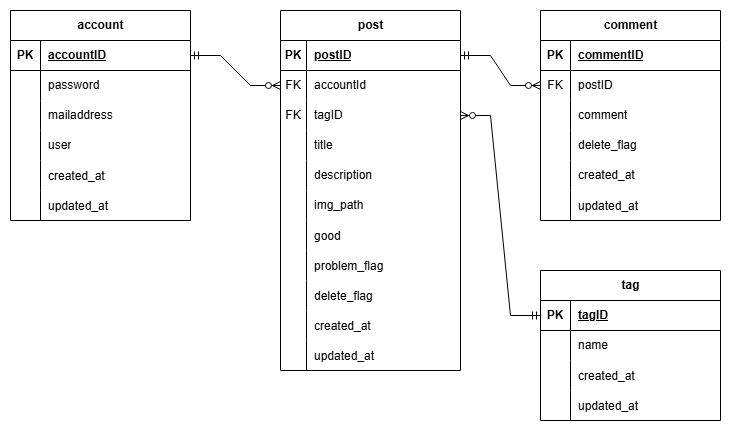
Before: public/img/ideus/ER.png, a diagram exported from draw.io (Nayuta9382/portfolio). Source tidied: cells renumbered, new cells last; positions are measured from the earlier drawing's top-left corner, leaving out a move shared by most shapes.
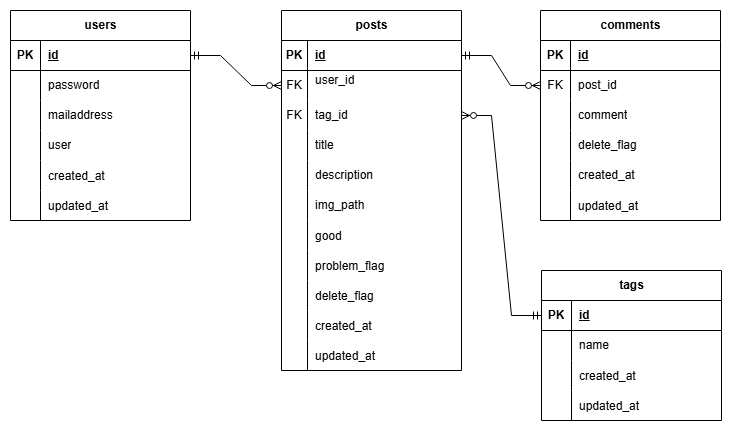
After the change.

The edit, as a diff of the source:
```diff
@@ -2,7 +2,7 @@
   <root>
     <mxCell id="0" />
     <mxCell id="1" parent="0" />
-    <mxCell id="2" value="account" style="shape=table;startSize=30;rowLines=0;fontStyle=1;align=center;html=1;" parent="1" vertex="1">
+    <mxCell id="2" value="users" style="shape=table;startSize=30;rowLines=0;fontStyle=1;align=center;html=1;" parent="1" vertex="1">
       <mxGeometry width="180" height="210" as="geometry" />
     </mxCell>
     <mxCell id="3" style="shape=tableRow;horizontal=0;startSize=0;swimlaneHead=0;swimlaneBody=0;fillColor=none;points=[[0,0.5],[1,0.5]];portConstraint=eastwest;top=0;left=0;right=0;bottom=1;" parent="2" vertex="1">
@@ -11,7 +11,7 @@
     <mxCell id="4" value="PK" style="shape=partialRectangle;fillColor=none;top=0;left=0;bottom=0;right=0;fontStyle=1;overflow=hidden;whiteSpace=wrap;html=1;" parent="3" vertex="1">
       <mxGeometry width="30" height="30" as="geometry" />
     </mxCell>
-    <mxCell id="5" value="accountID" style="shape=partialRectangle;fillColor=none;top=0;left=0;bottom=0;right=0;align=left;spacingLeft=6;fontStyle=5;overflow=hidden;whiteSpace=wrap;html=1;" parent="3" vertex="1">
+    <mxCell id="5" value="id" style="shape=partialRectangle;fillColor=none;top=0;left=0;bottom=0;right=0;align=left;spacingLeft=6;fontStyle=5;overflow=hidden;whiteSpace=wrap;html=1;" parent="3" vertex="1">
       <mxGeometry x="30" width="150" height="30" as="geometry" />
     </mxCell>
     <mxCell id="6" style="shape=tableRow;horizontal=0;startSize=0;swimlaneHead=0;swimlaneBody=0;fillColor=none;top=0;left=0;right=0;bottom=0;" parent="2" vertex="1">
@@ -59,8 +59,8 @@
     <mxCell id="20" value="updated_at" style="shape=partialRectangle;fillColor=none;top=0;left=0;bottom=0;right=0;align=left;spacingLeft=6;overflow=hidden;" parent="18" vertex="1">
       <mxGeometry x="30" width="150" height="30" as="geometry" />
     </mxCell>
-    <mxCell id="21" value="post" style="shape=table;startSize=30;rowLines=0;fontStyle=1;align=center;html=1;" parent="1" vertex="1">
-      <mxGeometry x="270" width="180" height="360" as="geometry" />
+    <mxCell id="21" value="posts" style="shape=table;startSize=30;rowLines=0;fontStyle=1;align=center;html=1;" parent="1" vertex="1">
+      <mxGeometry x="271" width="180" height="360" as="geometry" />
     </mxCell>
     <mxCell id="22" style="shape=tableRow;horizontal=0;startSize=0;swimlaneHead=0;swimlaneBody=0;fillColor=none;points=[[0,0.5],[1,0.5]];portConstraint=eastwest;top=0;left=0;right=0;bottom=1;" parent="21" vertex="1">
       <mxGeometry y="30" width="180" height="30" as="geometry" />
@@ -68,7 +68,7 @@
     <mxCell id="23" value="PK" style="shape=partialRectangle;fillColor=none;top=0;left=0;bottom=0;right=0;fontStyle=1;overflow=hidden;whiteSpace=wrap;html=1;" parent="22" vertex="1">
       <mxGeometry width="26" height="30" as="geometry" />
     </mxCell>
-    <mxCell id="24" value="postID" style="shape=partialRectangle;fillColor=none;top=0;left=0;bottom=0;right=0;align=left;spacingLeft=6;fontStyle=5;overflow=hidden;whiteSpace=wrap;html=1;" parent="22" vertex="1">
+    <mxCell id="24" value="id" style="shape=partialRectangle;fillColor=none;top=0;left=0;bottom=0;right=0;align=left;spacingLeft=6;fontStyle=5;overflow=hidden;whiteSpace=wrap;html=1;" parent="22" vertex="1">
       <mxGeometry x="26" width="154" height="30" as="geometry" />
     </mxCell>
     <mxCell id="25" style="shape=tableRow;horizontal=0;startSize=0;swimlaneHead=0;swimlaneBody=0;fillColor=none;points=[[0,0.5],[1,0.5]];portConstraint=eastwest;top=0;left=0;right=0;bottom=0;" parent="21" vertex="1">
@@ -77,7 +77,7 @@
     <mxCell id="26" value="FK" style="shape=partialRectangle;fillColor=none;top=0;left=0;bottom=0;right=0;fontStyle=0;overflow=hidden;whiteSpace=wrap;html=1;" parent="25" vertex="1">
       <mxGeometry width="26" height="30" as="geometry" />
     </mxCell>
-    <mxCell id="27" value="accountId" style="shape=partialRectangle;fillColor=none;top=0;left=0;bottom=0;right=0;align=left;spacingLeft=6;fontStyle=0;overflow=hidden;whiteSpace=wrap;html=1;" parent="25" vertex="1">
+    <mxCell id="27" value="user_id&lt;div&gt;&lt;br&gt;&lt;/div&gt;" style="shape=partialRectangle;fillColor=none;top=0;left=0;bottom=0;right=0;align=left;spacingLeft=6;fontStyle=0;overflow=hidden;whiteSpace=wrap;html=1;" parent="25" vertex="1">
       <mxGeometry x="26" width="154" height="30" as="geometry" />
     </mxCell>
     <mxCell id="28" style="shape=tableRow;horizontal=0;startSize=0;swimlaneHead=0;swimlaneBody=0;fillColor=none;points=[[0,0.5],[1,0.5]];portConstraint=eastwest;top=0;left=0;right=0;bottom=0;" parent="21" vertex="1">
@@ -86,7 +86,7 @@
     <mxCell id="29" value="FK" style="shape=partialRectangle;fillColor=none;top=0;left=0;bottom=0;right=0;fontStyle=0;overflow=hidden;whiteSpace=wrap;html=1;" parent="28" vertex="1">
       <mxGeometry width="26" height="30" as="geometry" />
     </mxCell>
-    <mxCell id="30" value="tagID" style="shape=partialRectangle;fillColor=none;top=0;left=0;bottom=0;right=0;align=left;spacingLeft=6;fontStyle=0;overflow=hidden;whiteSpace=wrap;html=1;" parent="28" vertex="1">
+    <mxCell id="30" value="tag_id" style="shape=partialRectangle;fillColor=none;top=0;left=0;bottom=0;right=0;align=left;spacingLeft=6;fontStyle=0;overflow=hidden;whiteSpace=wrap;html=1;" parent="28" vertex="1">
       <mxGeometry x="26" width="154" height="30" as="geometry" />
     </mxCell>
     <mxCell id="31" style="shape=tableRow;horizontal=0;startSize=0;swimlaneHead=0;swimlaneBody=0;fillColor=none;top=0;left=0;right=0;bottom=0;" parent="21" vertex="1">
@@ -161,7 +161,7 @@
     <mxCell id="54" value="updated_at" style="shape=partialRectangle;fillColor=none;top=0;left=0;bottom=0;right=0;align=left;spacingLeft=6;overflow=hidden;" parent="52" vertex="1">
       <mxGeometry x="26" width="154" height="30" as="geometry" />
     </mxCell>
-    <mxCell id="55" value="comment" style="shape=table;startSize=30;rowLines=0;fontStyle=1;align=center;html=1;" parent="1" vertex="1">
+    <mxCell id="55" value="comments" style="shape=table;startSize=30;rowLines=0;fontStyle=1;align=center;html=1;" parent="1" vertex="1">
       <mxGeometry x="530" width="180" height="210" as="geometry" />
     </mxCell>
     <mxCell id="56" style="shape=tableRow;horizontal=0;startSize=0;swimlaneHead=0;swimlaneBody=0;fillColor=none;top=0;left=0;right=0;bottom=1;" parent="55" vertex="1">
@@ -170,7 +170,7 @@
     <mxCell id="57" value="PK" style="shape=partialRectangle;fillColor=none;top=0;left=0;bottom=0;right=0;fontStyle=1;overflow=hidden;whiteSpace=wrap;html=1;" parent="56" vertex="1">
       <mxGeometry width="30" height="30" as="geometry" />
     </mxCell>
-    <mxCell id="58" value="commentID" style="shape=partialRectangle;fillColor=none;top=0;left=0;bottom=0;right=0;align=left;spacingLeft=6;fontStyle=5;overflow=hidden;whiteSpace=wrap;html=1;" parent="56" vertex="1">
+    <mxCell id="58" value="id" style="shape=partialRectangle;fillColor=none;top=0;left=0;bottom=0;right=0;align=left;spacingLeft=6;fontStyle=5;overflow=hidden;whiteSpace=wrap;html=1;" parent="56" vertex="1">
       <mxGeometry x="30" width="150" height="30" as="geometry" />
     </mxCell>
     <mxCell id="59" style="shape=tableRow;horizontal=0;startSize=0;swimlaneHead=0;swimlaneBody=0;fillColor=none;points=[[0,0.5],[1,0.5]];portConstraint=eastwest;top=0;left=0;right=0;bottom=0;" parent="55" vertex="1">
@@ -179,7 +179,7 @@
     <mxCell id="60" value="FK" style="shape=partialRectangle;fillColor=none;top=0;left=0;bottom=0;right=0;fontStyle=0;overflow=hidden;whiteSpace=wrap;html=1;" parent="59" vertex="1">
       <mxGeometry width="30" height="30" as="geometry" />
     </mxCell>
-    <mxCell id="61" value="postID" style="shape=partialRectangle;fillColor=none;top=0;left=0;bottom=0;right=0;align=left;spacingLeft=6;fontStyle=0;overflow=hidden;whiteSpace=wrap;html=1;" parent="59" vertex="1">
+    <mxCell id="61" value="post_id" style="shape=partialRectangle;fillColor=none;top=0;left=0;bottom=0;right=0;align=left;spacingLeft=6;fontStyle=0;overflow=hidden;whiteSpace=wrap;html=1;" parent="59" vertex="1">
       <mxGeometry x="30" width="150" height="30" as="geometry" />
     </mxCell>
     <mxCell id="62" style="shape=tableRow;horizontal=0;startSize=0;swimlaneHead=0;swimlaneBody=0;fillColor=none;top=0;left=0;right=0;bottom=0;" parent="55" vertex="1">
@@ -224,8 +224,8 @@
     <mxCell id="75" style="edgeStyle=entityRelationEdgeStyle;fontSize=12;html=1;endArrow=ERzeroToMany;startArrow=ERmandOne;rounded=0;exitX=1;exitY=0.5;exitDx=0;exitDy=0;entryX=0;entryY=0.5;entryDx=0;entryDy=0;" parent="1" edge="1" source="22" target="59">
       <mxGeometry relative="1" as="geometry" />
     </mxCell>
-    <mxCell id="76" value="tag" style="shape=table;startSize=30;rowLines=0;fontStyle=1;align=center;html=1;" parent="1" vertex="1">
-      <mxGeometry x="530" y="260" width="180" height="150" as="geometry" />
+    <mxCell id="76" value="tags" style="shape=table;startSize=30;rowLines=0;fontStyle=1;align=center;html=1;" parent="1" vertex="1">
+      <mxGeometry x="531" y="260" width="180" height="150" as="geometry" />
     </mxCell>
     <mxCell id="77" style="shape=tableRow;horizontal=0;startSize=0;swimlaneHead=0;swimlaneBody=0;fillColor=none;points=[[0,0.5],[1,0.5]];portConstraint=eastwest;top=0;left=0;right=0;bottom=1;" parent="76" vertex="1">
       <mxGeometry y="30" width="180" height="30" as="geometry" />
@@ -233,7 +233,7 @@
     <mxCell id="78" value="PK" style="shape=partialRectangle;fillColor=none;top=0;left=0;bottom=0;right=0;fontStyle=1;overflow=hidden;whiteSpace=wrap;html=1;" parent="77" vertex="1">
       <mxGeometry width="30" height="30" as="geometry" />
     </mxCell>
-    <mxCell id="79" value="tagID" style="shape=partialRectangle;fillColor=none;top=0;left=0;bottom=0;right=0;align=left;spacingLeft=6;fontStyle=5;overflow=hidden;whiteSpace=wrap;html=1;" parent="77" vertex="1">
+    <mxCell id="79" value="&lt;div&gt;&lt;span style=&quot;background-color: transparent; color: light-dark(rgb(0, 0, 0), rgb(255, 255, 255));&quot;&gt;id&lt;/span&gt;&lt;/div&gt;" style="shape=partialRectangle;fillColor=none;top=0;left=0;bottom=0;right=0;align=left;spacingLeft=6;fontStyle=5;overflow=hidden;whiteSpace=wrap;html=1;" parent="77" vertex="1">
       <mxGeometry x="30" width="150" height="30" as="geometry" />
     </mxCell>
     <mxCell id="80" style="shape=tableRow;horizontal=0;startSize=0;swimlaneHead=0;swimlaneBody=0;fillColor=none;top=0;left=0;right=0;bottom=0;" parent="76" vertex="1">
```
